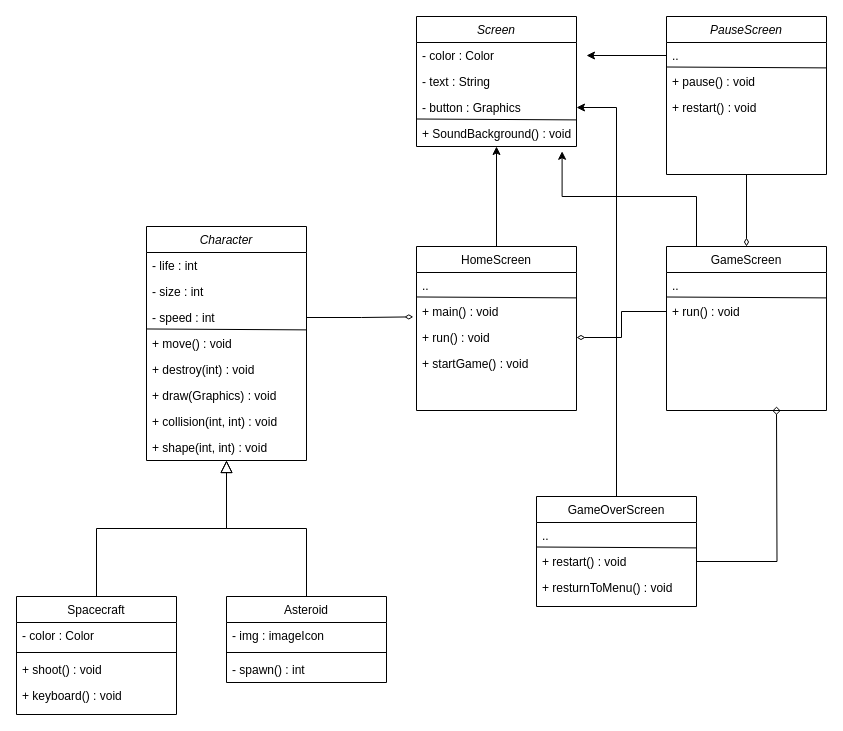
Earlier version of the draw.io diagram Diagrama UML.drawio (Game-JAVA/Javasapiens). Source tidied: cells renumbered, new cells numbered last; positions are measured from the earlier drawing's top-left corner, leaving out a move shared by most shapes. Both pictures are drawn from the tidied source at 100%, with x=0, y=0 at pixel (16, 16).
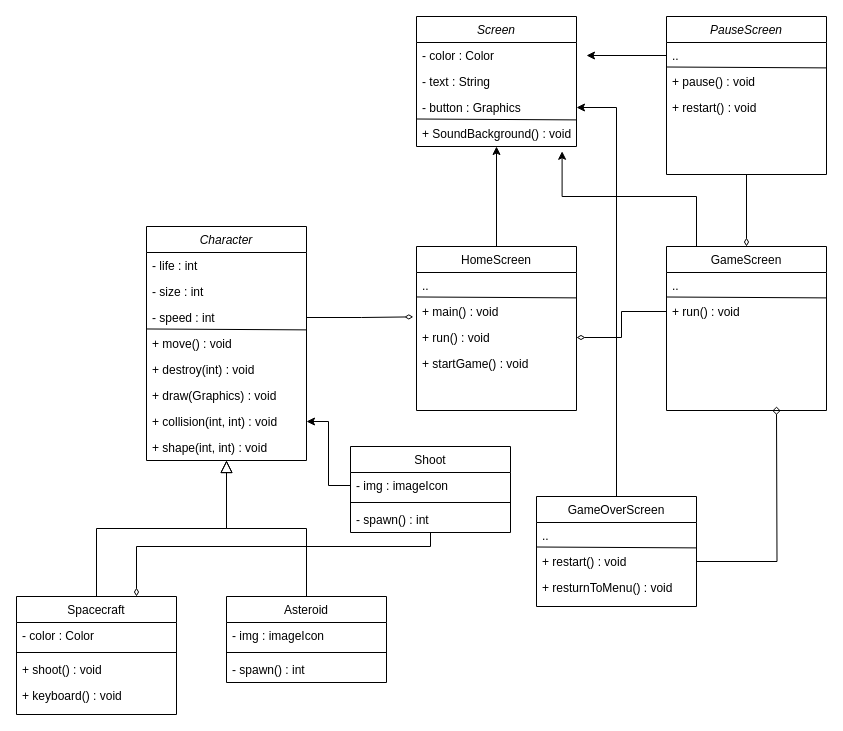
The same diagram, later.

Commit message:
docs: Update UML Diagram

The change refers to these unchanged cells:
```xml
<mxCell id="10" value="+ collision(int, int) : void" style="text;align=left;verticalAlign=top;spacingLeft=4;spacingRight=4;overflow=hidden;points=[[0,0.5],[1,0.5]];portConstraint=eastwest;" parent="2" vertex="1">
  <mxGeometry y="182" width="160" height="26" as="geometry" />
</mxCell>
<mxCell id="12" value="Spacecraft" style="swimlane;fontStyle=0;align=center;verticalAlign=top;horizontal=1;startSize=26;rounded=0;shadow=0;strokeWidth=1;" parent="1" vertex="1">
  <mxGeometry y="580" width="160" height="118" as="geometry" />
</mxCell>
```

The edit, as a diff of the source:
```diff
@@
+    <mxCell id="57" value="Shoot" style="swimlane;fontStyle=0;align=center;verticalAlign=top;horizontal=1;startSize=26;rounded=0;shadow=0;strokeWidth=1;" parent="1" vertex="1">
+      <mxGeometry x="334" y="430" width="160" height="86" as="geometry" />
+    </mxCell>
+    <mxCell id="58" value="- img : imageIcon" style="text;align=left;verticalAlign=top;spacingLeft=4;spacingRight=4;overflow=hidden;points=[[0,0.5],[1,0.5]];portConstraint=eastwest;" parent="57" vertex="1">
+      <mxGeometry y="26" width="160" height="26" as="geometry" />
+    </mxCell>
+    <mxCell id="59" style="line;html=1;strokeWidth=1;align=left;verticalAlign=middle;spacingTop=-1;spacingLeft=3;spacingRight=3;labelPosition=right;" parent="57" vertex="1">
+      <mxGeometry y="52" width="160" height="8" as="geometry" />
+    </mxCell>
+    <mxCell id="60" value="- spawn() : int" style="text;align=left;verticalAlign=top;spacingLeft=4;spacingRight=4;overflow=hidden;points=[[0,0.5],[1,0.5]];portConstraint=eastwest;" parent="57" vertex="1">
+      <mxGeometry y="60" width="160" height="26" as="geometry" />
+    </mxCell>
+    <mxCell id="61" style="edgeStyle=orthogonalEdgeStyle;rounded=0;jettySize=auto;html=1;entryX=0.75;entryY=0;entryDx=0;entryDy=0;endArrow=diamondThin;endFill=0;" parent="1" edge="1" source="60" target="12">
+      <mxGeometry relative="1" as="geometry">
+        <Array as="points">
+          <mxPoint x="414" y="530" />
+          <mxPoint x="120" y="530" />
+        </Array>
+      </mxGeometry>
+    </mxCell>
+    <mxCell id="62" style="edgeStyle=orthogonalEdgeStyle;rounded=0;jettySize=auto;html=1;" parent="1" edge="1" source="58" target="10">
+      <mxGeometry relative="1" as="geometry" />
+    </mxCell>
```
